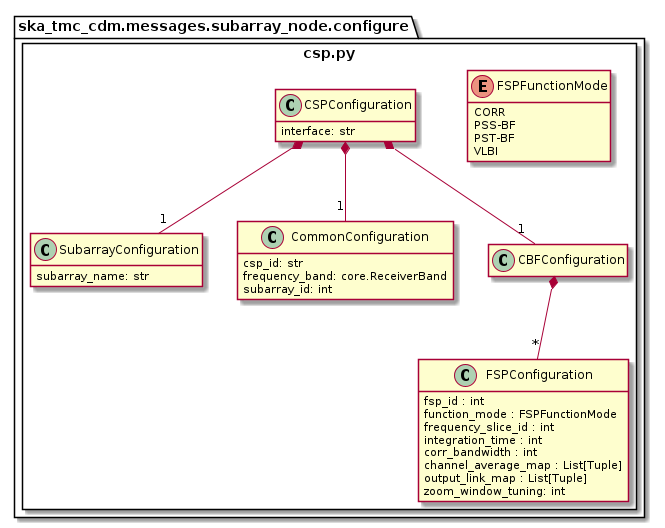
Above: docs/src/developer/subarraynode/csp.png in ska-telescope/cdm-shared-library (PlantUML), before the change. Source of this version:
```plantuml
@startuml
hide empty members

remove VLBIConfiguration
remove PSTConfiguration
remove PSSConfiguration

package ska_tmc_cdm.messages.subarray_node.configure {
	package csp.py <<Rectangle>> {

	    class SubarrayConfiguration {
	        subarray_name: str
	    }

	    class CommonConfiguration {
	        csp_id: str
            frequency_band: core.ReceiverBand
            subarray_id: int
	    }

	    class CBFConfiguration {

	    }

	    class PSTConfiguration {

	    }

        class PSSConfiguration {

        }

        class VLBIConfiguration {

        }

		enum FSPFunctionMode {
			CORR
			PSS-BF
			PST-BF
			VLBI
		}

		class FSPConfiguration {
			fsp_id : int
			function_mode : FSPFunctionMode
			frequency_slice_id : int
			integration_time : int
			corr_bandwidth : int
			channel_average_map : List[Tuple]
			output_link_map : List[Tuple]
			zoom_window_tuning: int
		}

		class CSPConfiguration {
	        interface: str
		}
		CBFConfiguration *-- "*" FSPConfiguration
		CBFConfiguration *-- "1" VLBIConfiguration
		CSPConfiguration *-- "1" CommonConfiguration
		CSPConfiguration *-- "1" SubarrayConfiguration
		CSPConfiguration *-- "1" CBFConfiguration
		CSPConfiguration *-- "1" PSTConfiguration
		CSPConfiguration *-- "1" PSSConfiguration

	}
}

@enduml
```
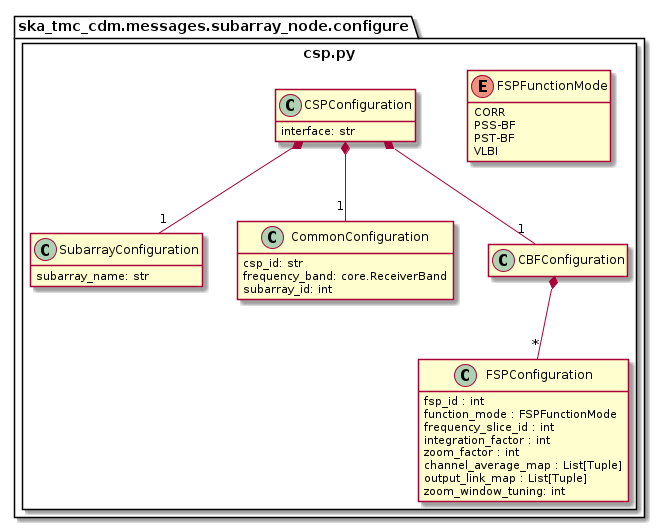
The same file after the commit.

Change to the diagram source:
```diff
@@ -45,8 +45,8 @@
 			fsp_id : int
 			function_mode : FSPFunctionMode
 			frequency_slice_id : int
-			integration_time : int
-			corr_bandwidth : int
+			integration_factor : int
+			zoom_factor : int
 			channel_average_map : List[Tuple]
 			output_link_map : List[Tuple]
 			zoom_window_tuning: int
```
